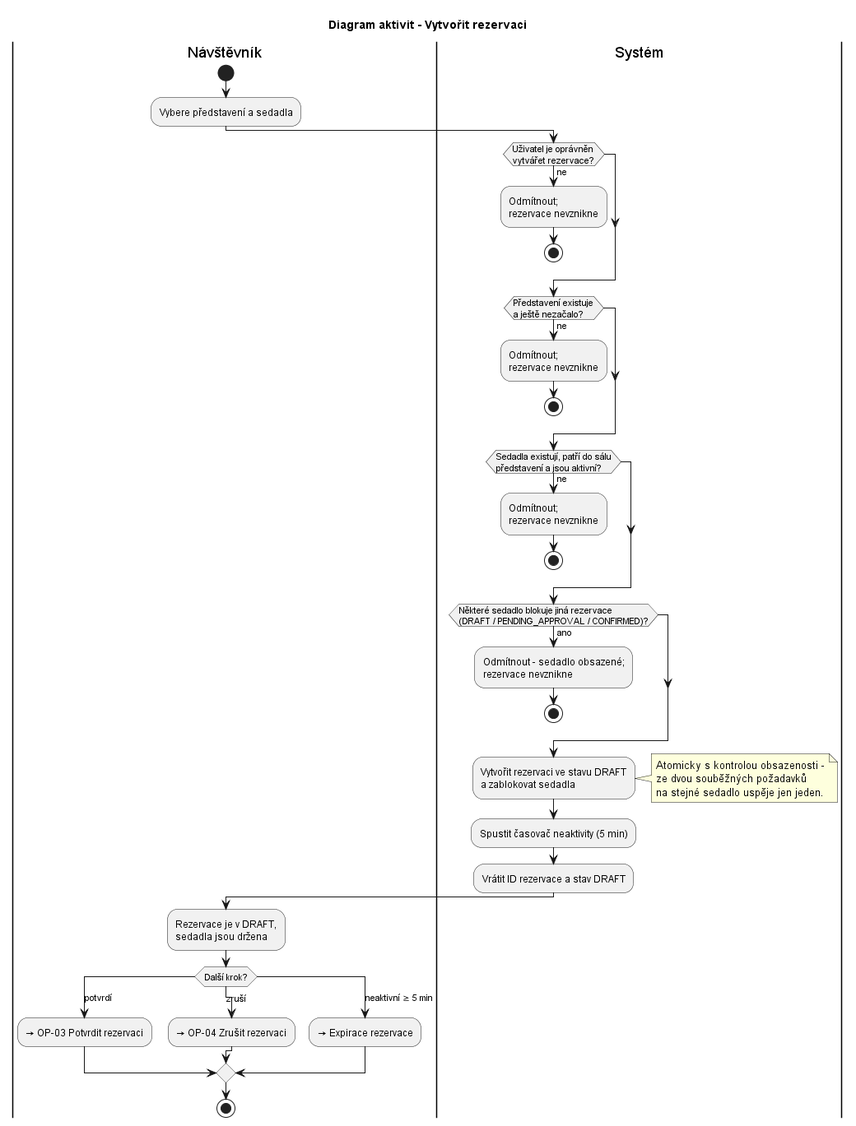
Earlier version of the PlantUML export docs/c02-diagrams/activity-op01-create.png (jn-flk/SWI).
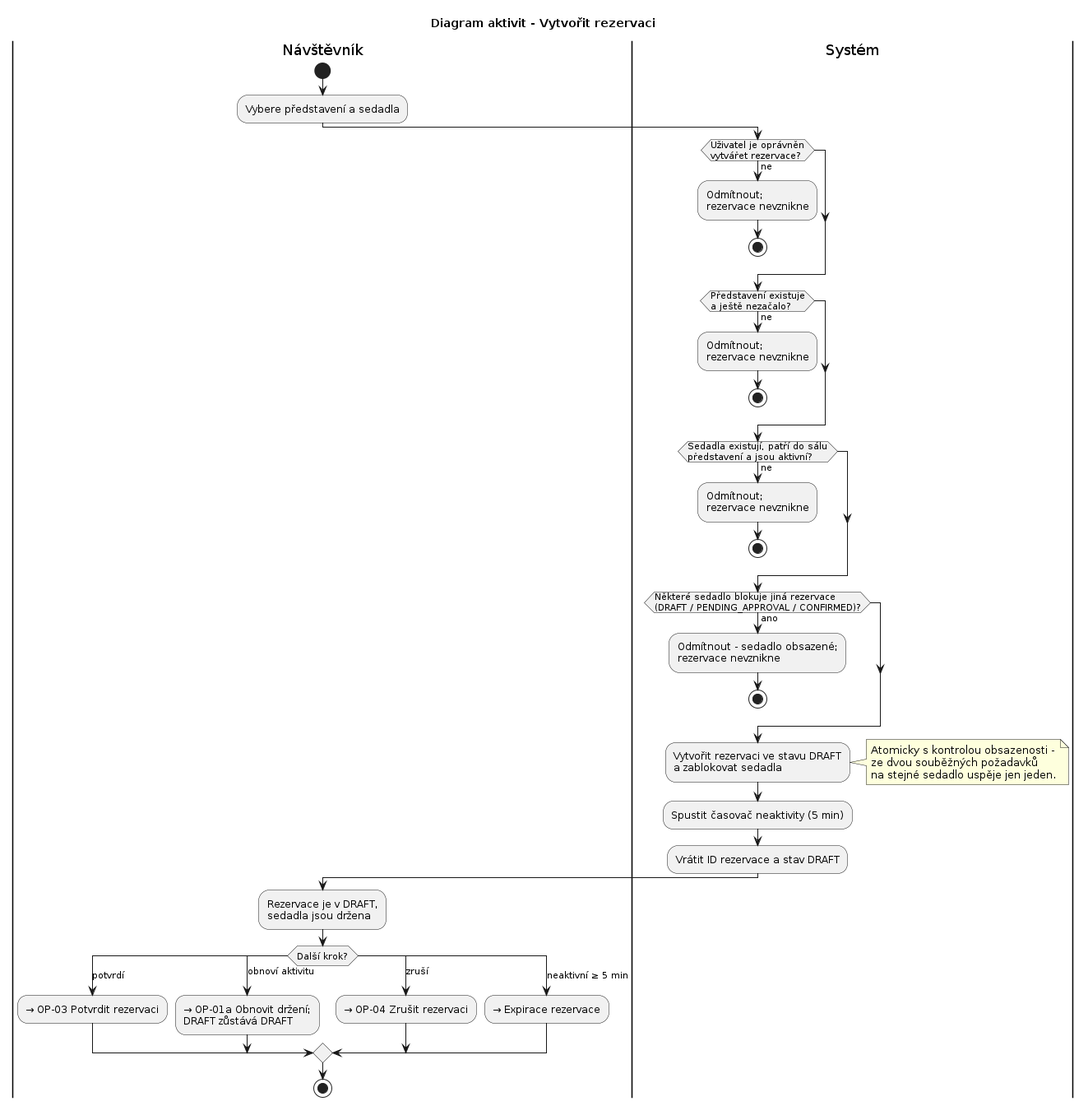
After the change.

Change to the diagram source:
```diff
@@ -34,6 +34,8 @@
 switch (Další krok?)
 case (potvrdí)
   :→ OP-03 Potvrdit rezervaci;
+case (obnoví aktivitu)
+  :→ OP-01a Obnovit držení;\nDRAFT zůstává DRAFT;
 case (zruší)
   :→ OP-04 Zrušit rezervaci;
 case (neaktivní ≥ 5 min)
```
